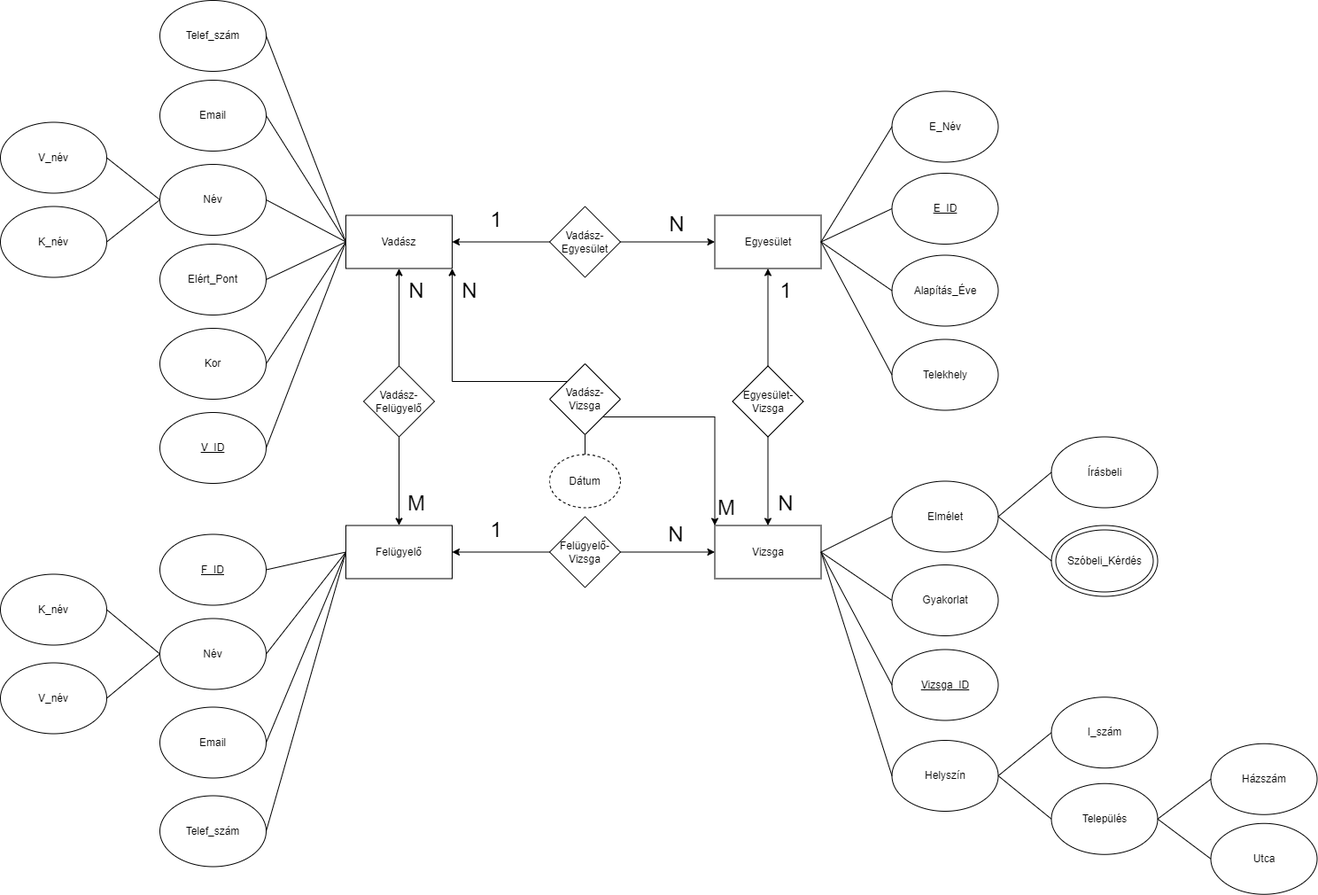
This is DWWUAP_XML_Féléves_Feladat/1. feladat/DWWUAP_ER.drawio.png from JordanKornel/DWWUAP_XMLGyak, a draw.io export, as it was before one commit. Source tidied: cells renumbered, new cells last; positions are measured from the earlier drawing's top-left corner, leaving out a move shared by most shapes.
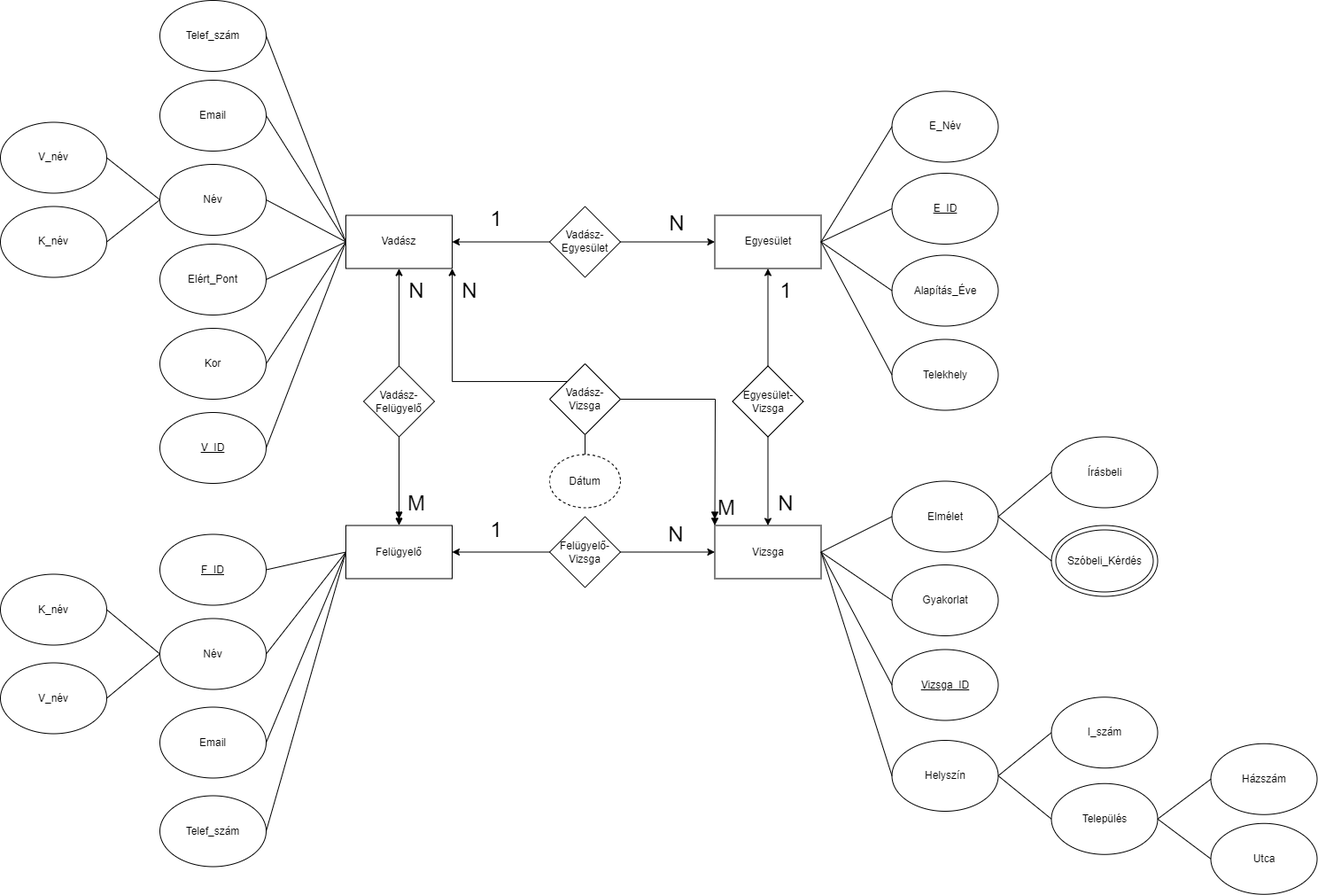
Later version of the same file.

What changed in the source:
```diff
@@ -131,9 +131,6 @@
     <mxCell id="44" style="edgeStyle=orthogonalEdgeStyle;rounded=0;jettySize=auto;html=1;exitX=0.5;exitY=0;exitDx=0;exitDy=0;entryX=0.5;entryY=1;entryDx=0;entryDy=0;fontSize=24;" parent="1" edge="1" source="46" target="5">
       <mxGeometry relative="1" as="geometry" />
     </mxCell>
-    <mxCell id="45" style="edgeStyle=orthogonalEdgeStyle;rounded=0;jettySize=auto;html=1;exitX=0.5;exitY=1;exitDx=0;exitDy=0;entryX=0.5;entryY=0;entryDx=0;entryDy=0;fontSize=24;" parent="1" edge="1" source="46" target="4">
-      <mxGeometry relative="1" as="geometry" />
-    </mxCell>
     <mxCell id="46" value="Vadász-Felügyelő" style="rhombus;whiteSpace=wrap;html=1;" parent="1" vertex="1">
       <mxGeometry x="410" y="412.5" width="80" height="80" as="geometry" />
     </mxCell>
@@ -247,9 +244,6 @@
     <mxCell id="82" value="Szóbeli_Kérdés" style="ellipse;whiteSpace=wrap;html=1;" parent="1" vertex="1">
       <mxGeometry x="1191.5" y="597.5" width="110" height="70" as="geometry" />
     </mxCell>
-    <mxCell id="83" style="edgeStyle=orthogonalEdgeStyle;rounded=0;jettySize=auto;html=1;exitX=1;exitY=1;exitDx=0;exitDy=0;entryX=0;entryY=0;entryDx=0;entryDy=0;fontSize=24;" parent="1" edge="1" source="85" target="3">
-      <mxGeometry relative="1" as="geometry" />
-    </mxCell>
     <mxCell id="84" style="edgeStyle=orthogonalEdgeStyle;rounded=0;jettySize=auto;html=1;exitX=0;exitY=0;exitDx=0;exitDy=0;entryX=1;entryY=1;entryDx=0;entryDy=0;fontSize=24;" parent="1" edge="1" source="85" target="5">
       <mxGeometry relative="1" as="geometry" />
     </mxCell>
@@ -268,5 +262,15 @@
     <mxCell id="89" style="endArrow=none;html=1;rounded=0;fontSize=24;exitX=0.5;exitY=0;exitDx=0;exitDy=0;entryX=0.5;entryY=1;entryDx=0;entryDy=0;" parent="1" edge="1" source="88" target="85">
       <mxGeometry relative="1" as="geometry" />
     </mxCell>
+    <mxCell id="90" style="endArrow=none;html=1;rounded=0;entryX=0.5;entryY=1;entryDx=0;entryDy=0;exitX=0.5;exitY=0;exitDx=0;exitDy=0;startArrow=doubleBlock;startFill=1;" parent="1" edge="1" source="4" target="46">
+      <mxGeometry relative="1" as="geometry" />
+    </mxCell>
+    <mxCell id="91" style="endArrow=none;html=1;rounded=0;entryX=1;entryY=0.5;entryDx=0;entryDy=0;exitX=0;exitY=0;exitDx=0;exitDy=0;startArrow=doubleBlock;startFill=1;" parent="1" edge="1" source="3" target="85">
+      <mxGeometry relative="1" as="geometry">
+        <Array as="points">
+          <mxPoint x="807" y="450" />
+        </Array>
+      </mxGeometry>
+    </mxCell>
   </root>
 </mxGraphModel>
```
